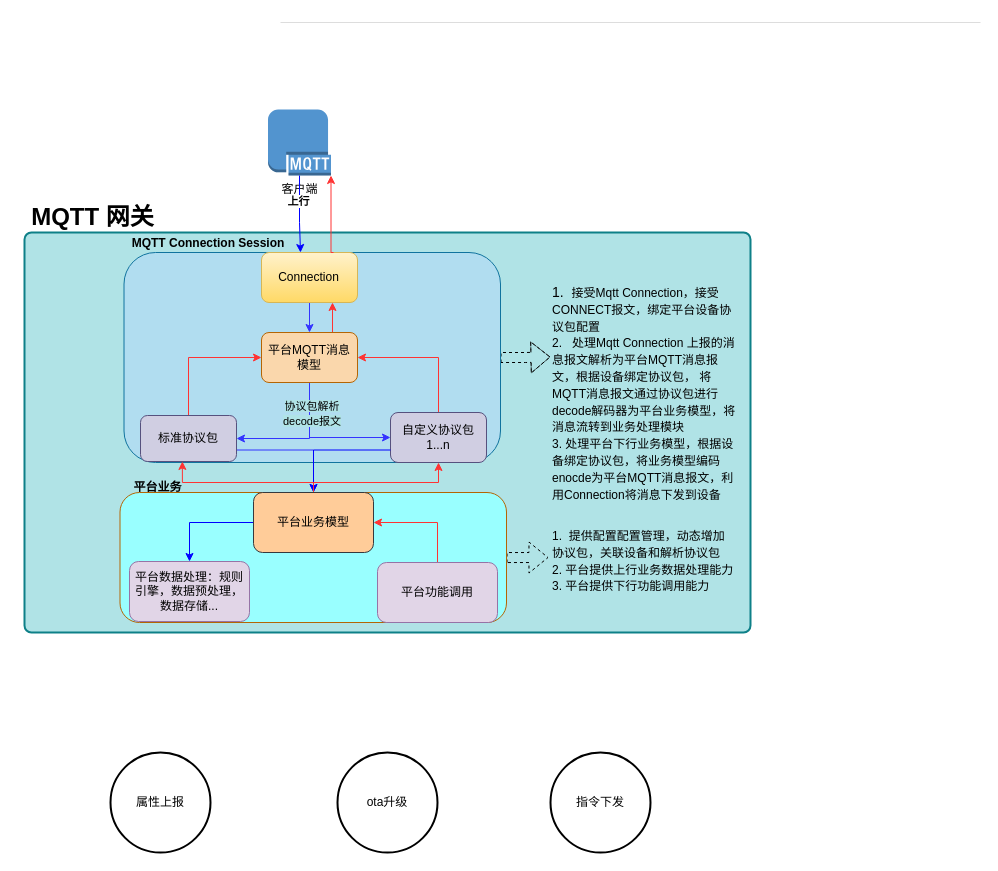
cqu20141693/draw.io keeps this draw.io diagram as gl.drawio. Above is the earlier version. Source tidied: cells renumbered, new cells numbered last; positions are measured from the earlier drawing's top-left corner, leaving out a move shared by most shapes. Both pictures are drawn from the tidied source at 100%, with x=0, y=0 at pixel (17, 17).
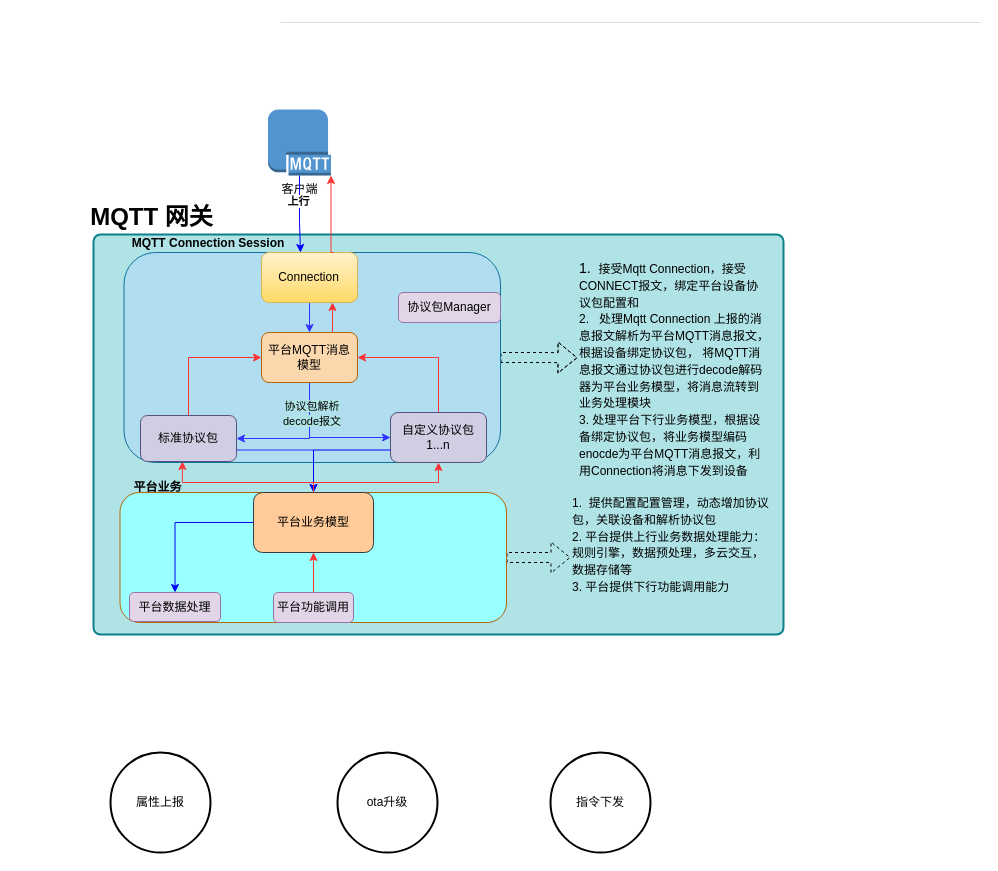
After the change.

Unchanged cells that the change refers to:
```xml
<mxCell id="6" style="rounded=1;whiteSpace=wrap;html=1;fillColor=#b1ddf0;strokeColor=#10739e;" parent="1" vertex="1">
  <mxGeometry x="106.5" y="235" width="376.5" height="210" as="geometry" />
</mxCell>
<mxCell id="25" style="rounded=1;whiteSpace=wrap;html=1;fillColor=#99FFFF;strokeColor=#b46504;" parent="1" vertex="1">
  <mxGeometry x="102.5" y="475" width="386.5" height="130" as="geometry" />
</mxCell>
<mxCell id="32" value="平台业务模型" style="rounded=1;whiteSpace=wrap;html=1;fillColor=#ffcc99;strokeColor=#36393d;" parent="1" vertex="1">
  <mxGeometry x="236" y="475" width="120" height="60" as="geometry" />
</mxCell>
```

The edit, as a diff of the source:
```diff
@@
     <mxCell id="3" style="rounded=1;whiteSpace=wrap;html=1;absoluteArcSize=1;arcSize=14;strokeWidth=2;fillColor=#b0e3e6;strokeColor=#0e8088;" parent="1" vertex="1">
-      <mxGeometry x="7" y="215" width="726" height="400" as="geometry" />
+      <mxGeometry x="76" y="217" width="690" height="400" as="geometry" />
     </mxCell>
     <mxCell id="4" value="&lt;b&gt;&lt;font style=&quot;font-size: 24px;&quot;&gt;MQTT 网关&lt;/font&gt;&lt;/b&gt;" style="text;html=1;strokeColor=none;fillColor=none;align=center;verticalAlign=middle;whiteSpace=wrap;rounded=0;" parent="1" vertex="1">
-      <mxGeometry y="182" width="151" height="35" as="geometry" />
+      <mxGeometry x="59" y="182" width="151" height="35" as="geometry" />
     </mxCell>
-    <mxCell id="5" style="edgeStyle=orthogonalEdgeStyle;rounded=0;jettySize=auto;html=1;entryX=0;entryY=0.5;entryDx=0;entryDy=0;shape=flexArrow;dashed=1;" parent="1" edge="1" source="6" target="21">
+    <mxCell id="5" style="edgeStyle=orthogonalEdgeStyle;rounded=0;jettySize=auto;html=1;entryX=0;entryY=0.5;entryDx=0;entryDy=0;shape=flexArrow;dashed=1;exitX=1;exitY=0.5;exitDx=0;exitDy=0;" parent="1" edge="1" source="6" target="21">
       <mxGeometry relative="1" as="geometry" />
     </mxCell>
@@
-    <mxCell id="21" value="&lt;span style=&quot;background-color: rgb(176, 227, 230);&quot;&gt;1.&amp;nbsp; &lt;font style=&quot;font-size: 12px;&quot;&gt;接受Mqtt Connection，接受CONNECT报文，绑定平台设备协议包配置&lt;/font&gt;&lt;br&gt;&lt;span style=&quot;font-family: Arial, Helvetica; font-size: 12px; text-align: center;&quot;&gt;2.&amp;nbsp; &amp;nbsp;处理Mqtt Connection 上报的消息报文解析为平台MQTT消息报文，根据设备绑定协议包，&lt;/span&gt;&lt;span style=&quot;font-family: Arial, Helvetica; font-size: 12px; text-align: center;&quot;&gt;&amp;nbsp;将MQTT消息报文通过协议包进行decode解码器为平台业务模型，将消息流转到业务处理模块&lt;br&gt;3. 处理平台下行业务模型，根据设备绑定协议包，将业务模型编码enocde为平台MQTT消息报文，利用Connection将消息下发到设备&lt;br&gt;&lt;/span&gt;&lt;/span&gt;" style="strokeColor=none;fillColor=none;whiteSpace=wrap;html=1;align=left;verticalAlign=top;fontSize=14;" parent="1" vertex="1">
-      <mxGeometry x="533" y="259.5" width="190" height="160" as="geometry" />
+    <mxCell id="21" value="&lt;span style=&quot;background-color: rgb(176, 227, 230);&quot;&gt;1.&amp;nbsp; &lt;font style=&quot;font-size: 12px;&quot;&gt;接受Mqtt Connection，接受CONNECT报文，绑定平台设备协议包配置和&lt;/font&gt;&lt;br&gt;&lt;span style=&quot;font-family: Arial, Helvetica; font-size: 12px; text-align: center;&quot;&gt;2.&amp;nbsp; &amp;nbsp;处理Mqtt Connection 上报的消息报文解析为平台MQTT消息报文，根据设备绑定协议包，&lt;/span&gt;&lt;span style=&quot;font-family: Arial, Helvetica; font-size: 12px; text-align: center;&quot;&gt;&amp;nbsp;将MQTT消息报文通过协议包进行decode解码器为平台业务模型，将消息流转到业务处理模块&lt;br&gt;3. 处理平台下行业务模型，根据设备绑定协议包，将业务模型编码enocde为平台MQTT消息报文，利用Connection将消息下发到设备&lt;br&gt;&lt;/span&gt;&lt;/span&gt;" style="strokeColor=none;fillColor=none;whiteSpace=wrap;html=1;align=left;verticalAlign=top;fontSize=14;" parent="1" vertex="1">
+      <mxGeometry x="560" y="235.5" width="193" height="209.5" as="geometry" />
     </mxCell>
@@
-    <mxCell id="24" style="edgeStyle=orthogonalEdgeStyle;rounded=0;jettySize=auto;html=1;entryX=-0.011;entryY=0.407;entryDx=0;entryDy=0;entryPerimeter=0;shape=flexArrow;dashed=1;" parent="1" edge="1" source="25" target="37">
+    <mxCell id="24" style="edgeStyle=orthogonalEdgeStyle;rounded=0;jettySize=auto;html=1;entryX=0;entryY=0.5;entryDx=0;entryDy=0;shape=flexArrow;dashed=1;exitX=1;exitY=0.5;exitDx=0;exitDy=0;" parent="1" edge="1" source="25" target="37">
       <mxGeometry relative="1" as="geometry" />
     </mxCell>
@@
-    <mxCell id="34" value="平台数据处理：规则引擎，数据预处理，数据存储..." style="rounded=1;whiteSpace=wrap;html=1;fillColor=#e1d5e7;strokeColor=#9673a6;" parent="1" vertex="1">
-      <mxGeometry x="112" y="544" width="120" height="60" as="geometry" />
+    <mxCell id="34" value="平台数据处理" style="rounded=1;whiteSpace=wrap;html=1;fillColor=#e1d5e7;strokeColor=#9673a6;" parent="1" vertex="1">
+      <mxGeometry x="112" y="575" width="91" height="29" as="geometry" />
     </mxCell>
-    <mxCell id="35" style="edgeStyle=orthogonalEdgeStyle;rounded=0;jettySize=auto;html=1;entryX=1;entryY=0.5;entryDx=0;entryDy=0;exitX=0.5;exitY=0;exitDx=0;exitDy=0;strokeColor=#FF3333;" parent="1" edge="1" source="36" target="32">
+    <mxCell id="35" style="edgeStyle=orthogonalEdgeStyle;rounded=0;jettySize=auto;html=1;entryX=0.5;entryY=1;entryDx=0;entryDy=0;exitX=0.5;exitY=0;exitDx=0;exitDy=0;strokeColor=#FF3333;" parent="1" edge="1" source="36" target="32">
       <mxGeometry relative="1" as="geometry" />
     </mxCell>
     <mxCell id="36" value="平台功能调用" style="rounded=1;whiteSpace=wrap;html=1;fillColor=#e1d5e7;strokeColor=#9673a6;" parent="1" vertex="1">
-      <mxGeometry x="360" y="545" width="120" height="60" as="geometry" />
+      <mxGeometry x="256" y="575" width="80" height="30" as="geometry" />
     </mxCell>
-    <mxCell id="37" value="&lt;span style=&quot;background-color: rgb(176, 227, 230);&quot;&gt;&lt;span style=&quot;font-family: Arial, Helvetica; font-size: 12px; text-align: center;&quot;&gt;1.&amp;nbsp; 提供配置配置管理，动态增加协议包，关联设备和解析协议包&lt;br&gt;2. 平台提供上行业务数据处理能力&lt;br&gt;3. 平台提供下行功能调用能力&lt;br&gt;&lt;br&gt;&lt;/span&gt;&lt;/span&gt;" style="strokeColor=none;fillColor=none;whiteSpace=wrap;html=1;align=left;verticalAlign=top;fontSize=14;" parent="1" vertex="1">
-      <mxGeometry x="533" y="503" width="185" height="91" as="geometry" />
+    <mxCell id="37" value="&lt;span style=&quot;background-color: rgb(176, 227, 230);&quot;&gt;&lt;span style=&quot;font-family: Arial, Helvetica; font-size: 12px; text-align: center;&quot;&gt;1.&amp;nbsp; 提供配置配置管理，动态增加协议包，关联设备和解析协议包&lt;br&gt;2. 平台提供上行业务数据处理能力：规则引擎，数据预处理，多云交互，数据存储等&lt;br&gt;3. 平台提供下行功能调用能力&lt;br&gt;&lt;br&gt;&lt;/span&gt;&lt;/span&gt;" style="strokeColor=none;fillColor=none;whiteSpace=wrap;html=1;align=left;verticalAlign=top;fontSize=14;" parent="1" vertex="1">
+      <mxGeometry x="553" y="470" width="200" height="140" as="geometry" />
     </mxCell>
@@
+    <mxCell id="41" value="协议包Manager" style="rounded=1;whiteSpace=wrap;html=1;fillColor=#e1d5e7;strokeColor=#9673a6;" parent="1" vertex="1">
+      <mxGeometry x="381" y="275" width="102" height="30" as="geometry" />
+    </mxCell>
```
